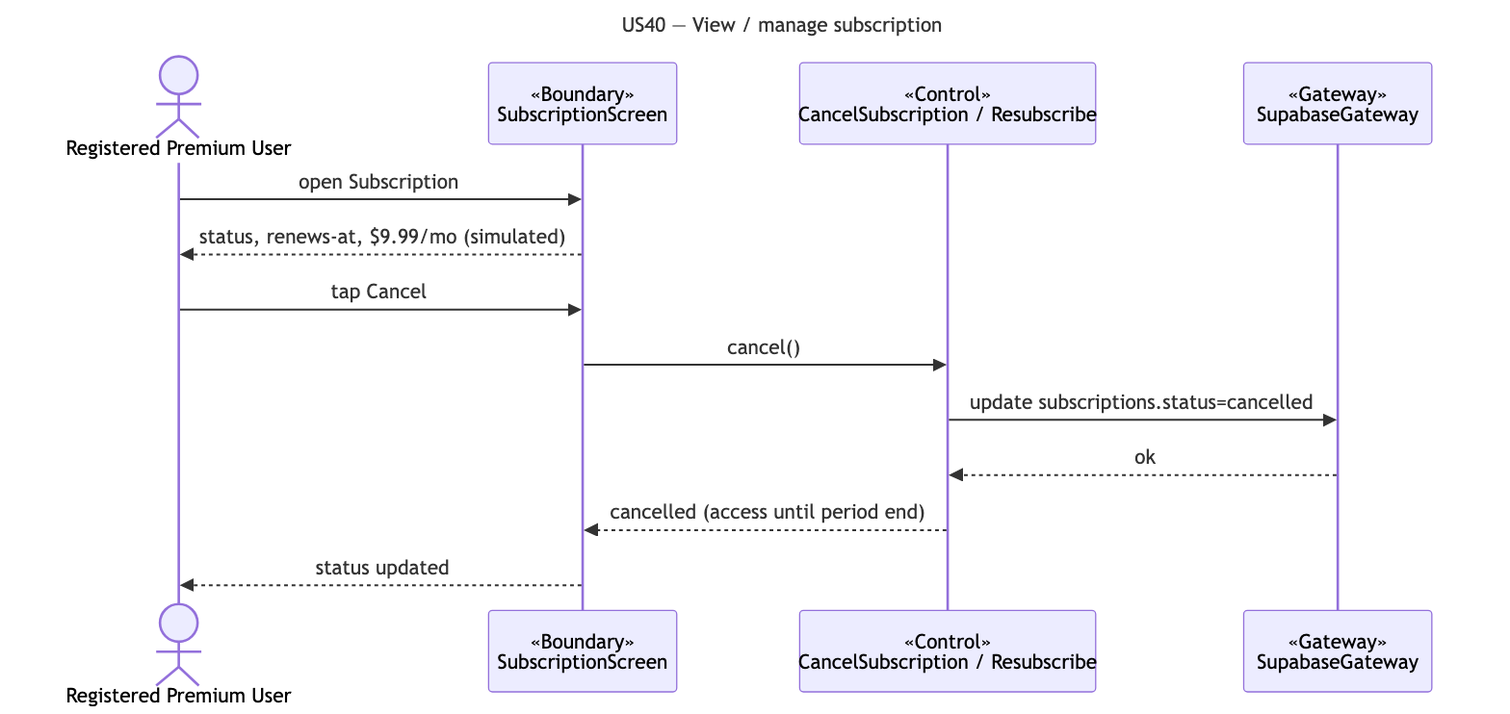
Above: docs/deliverables/sequence-diagrams/US40-manage-subscription.png in cyuanjun/FYP-26-S2-37-app (Mermaid), before the change. Its source is kept beside it as docs/deliverables/sequence-diagrams/src/US40-manage-subscription.mmd.
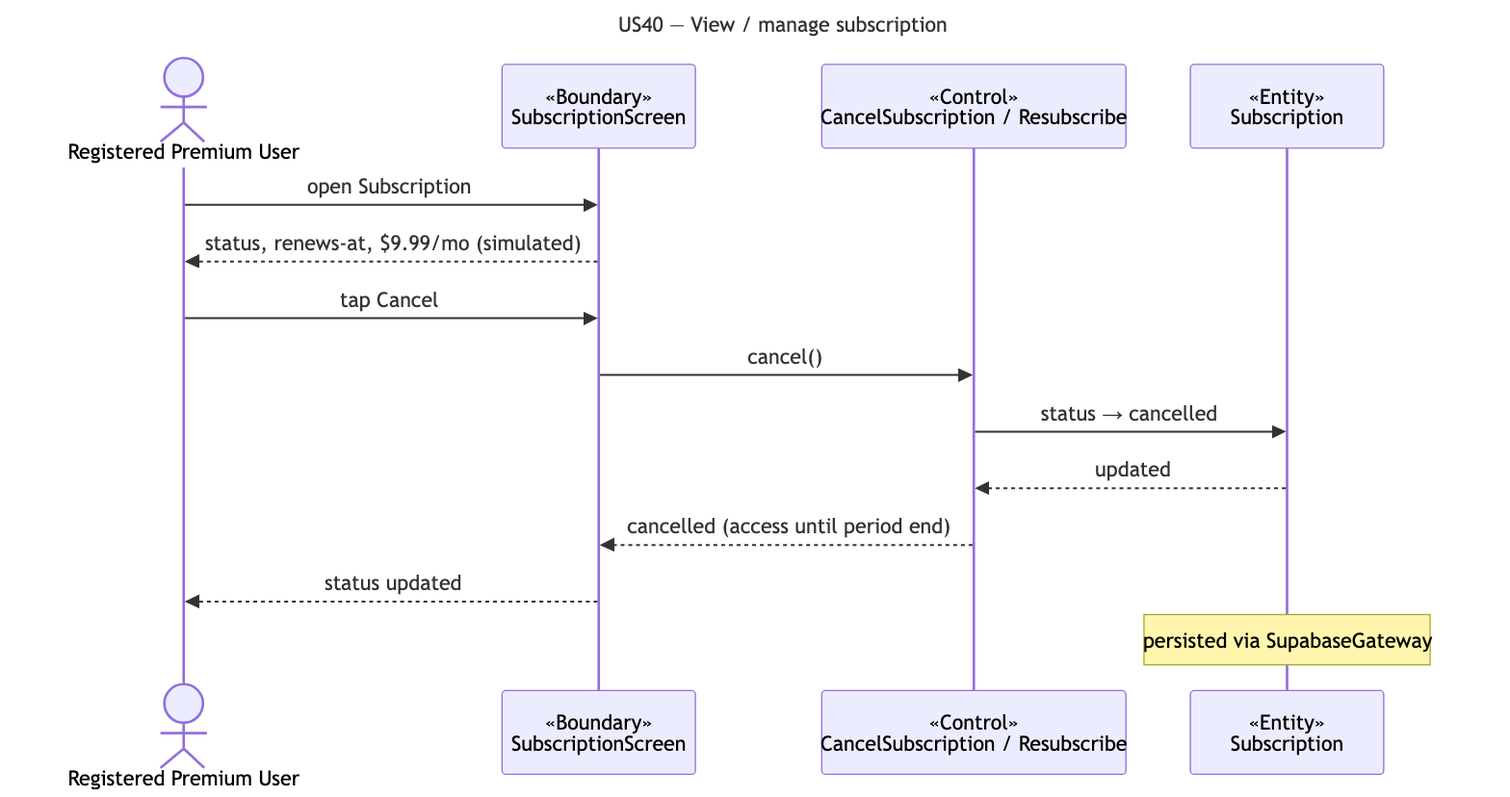
After the change.

Change to the diagram source:
```diff
@@ -5,12 +5,13 @@
   actor A as Registered Premium User
   participant B as «Boundary»<br/>SubscriptionScreen
   participant C as «Control»<br/>CancelSubscription / Resubscribe
-  participant G as «Gateway»<br/>SupabaseGateway
+  participant E as «Entity»<br/>Subscription
   A->>B: open Subscription
   B-->>A: status, renews-at, $9.99/mo (simulated)
   A->>B: tap Cancel
   B->>C: cancel()
-  C->>G: update subscriptions.status=cancelled
-  G-->>C: ok
+  C->>E: status → cancelled
+  E-->>C: updated
   C-->>B: cancelled (access until period end)
   B-->>A: status updated
+  note over E: persisted via SupabaseGateway
```
